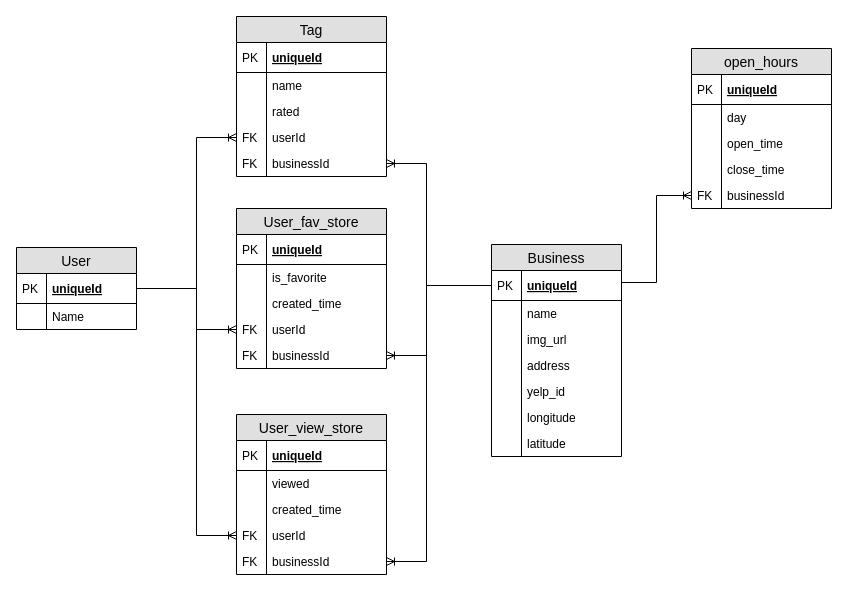
This is project-planning/cafeDesk-ERD.drawio from vnctwong/cafedesk-server, a draw.io file, before an edit. Source tidied: cells renumbered, new cells numbered last; positions are measured from the earlier drawing's top-left corner, leaving out a move shared by most shapes. Both pictures are drawn from the tidied source at 100%, with x=0, y=0 at pixel (16, 16).
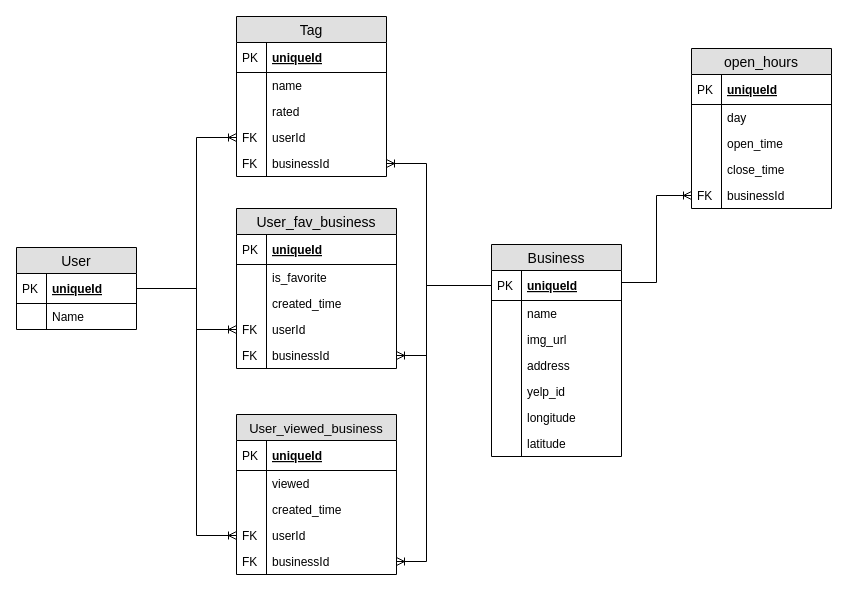
After the change.

Commit message (it also covers changes not shown here):
update ERD files - change store to business

The edit, as a diff of the source:
```diff
@@
-    <mxCell id="34" value="User_view_store" style="swimlane;fontStyle=0;horizontal=1;startSize=26;fillColor=#e0e0e0;swimlaneFillColor=#ffffff;align=center;fontSize=14;" parent="1" vertex="1">
-      <mxGeometry x="220" y="398" width="150" height="160" as="geometry" />
+    <mxCell id="34" value="User_viewed_business" style="swimlane;fontStyle=0;horizontal=1;startSize=26;fillColor=#e0e0e0;swimlaneFillColor=#ffffff;align=center;fontSize=13;" parent="1" vertex="1">
+      <mxGeometry x="220" y="398" width="160" height="160" as="geometry" />
     </mxCell>
     <mxCell id="35" value="uniqueId" style="shape=partialRectangle;top=0;left=0;right=0;bottom=1;align=left;verticalAlign=middle;fillColor=none;spacingLeft=34;spacingRight=4;overflow=hidden;fontStyle=5;fontSize=12;" parent="34" vertex="1">
-      <mxGeometry y="26" width="150" height="30" as="geometry" />
+      <mxGeometry y="26" width="160" height="30" as="geometry" />
     </mxCell>
@@
     <mxCell id="37" value="viewed" style="shape=partialRectangle;top=0;left=0;right=0;bottom=0;align=left;verticalAlign=top;fillColor=none;spacingLeft=34;spacingRight=4;overflow=hidden;fontSize=12;" parent="34" vertex="1">
-      <mxGeometry y="56" width="150" height="26" as="geometry" />
+      <mxGeometry y="56" width="160" height="26" as="geometry" />
     </mxCell>
@@
     <mxCell id="39" value="created_time" style="shape=partialRectangle;top=0;left=0;right=0;bottom=0;align=left;verticalAlign=top;fillColor=none;spacingLeft=34;spacingRight=4;overflow=hidden;fontSize=12;" parent="34" vertex="1">
-      <mxGeometry y="82" width="150" height="26" as="geometry" />
+      <mxGeometry y="82" width="160" height="26" as="geometry" />
     </mxCell>
@@
     <mxCell id="41" value="userId&#10;&#10;" style="shape=partialRectangle;top=0;left=0;right=0;bottom=0;align=left;verticalAlign=top;fillColor=none;spacingLeft=34;spacingRight=4;overflow=hidden;points=[[0,0.5],[1,0.5]];portConstraint=eastwest;fontSize=12;" parent="34" vertex="1">
-      <mxGeometry y="108" width="150" height="26" as="geometry" />
+      <mxGeometry y="108" width="160" height="26" as="geometry" />
     </mxCell>
@@
     <mxCell id="43" value="businessId" style="shape=partialRectangle;top=0;left=0;right=0;bottom=0;align=left;verticalAlign=top;fillColor=none;spacingLeft=34;spacingRight=4;overflow=hidden;points=[[0,0.5],[1,0.5]];portConstraint=eastwest;fontSize=12;" parent="34" vertex="1">
-      <mxGeometry y="134" width="150" height="26" as="geometry" />
+      <mxGeometry y="134" width="160" height="26" as="geometry" />
     </mxCell>
@@
-    <mxCell id="45" value="User_fav_store" style="swimlane;fontStyle=0;horizontal=1;startSize=26;fillColor=#e0e0e0;swimlaneFillColor=#ffffff;align=center;fontSize=14;" parent="1" vertex="1">
-      <mxGeometry x="220" y="192" width="150" height="160" as="geometry" />
+    <mxCell id="45" value="User_fav_business" style="swimlane;fontStyle=0;horizontal=1;startSize=26;fillColor=#e0e0e0;swimlaneFillColor=#ffffff;align=center;fontSize=14;" parent="1" vertex="1">
+      <mxGeometry x="220" y="192" width="160" height="160" as="geometry" />
     </mxCell>
     <mxCell id="46" value="uniqueId" style="shape=partialRectangle;top=0;left=0;right=0;bottom=1;align=left;verticalAlign=middle;fillColor=none;spacingLeft=34;spacingRight=4;overflow=hidden;fontStyle=5;fontSize=12;" parent="45" vertex="1">
-      <mxGeometry y="26" width="150" height="30" as="geometry" />
+      <mxGeometry y="26" width="160" height="30" as="geometry" />
     </mxCell>
@@
     <mxCell id="48" value="is_favorite" style="shape=partialRectangle;top=0;left=0;right=0;bottom=0;align=left;verticalAlign=top;fillColor=none;spacingLeft=34;spacingRight=4;overflow=hidden;fontSize=12;" parent="45" vertex="1">
-      <mxGeometry y="56" width="150" height="26" as="geometry" />
+      <mxGeometry y="56" width="160" height="26" as="geometry" />
     </mxCell>
@@
     <mxCell id="50" value="created_time" style="shape=partialRectangle;top=0;left=0;right=0;bottom=0;align=left;verticalAlign=top;fillColor=none;spacingLeft=34;spacingRight=4;overflow=hidden;fontSize=12;" parent="45" vertex="1">
-      <mxGeometry y="82" width="150" height="26" as="geometry" />
+      <mxGeometry y="82" width="160" height="26" as="geometry" />
     </mxCell>
@@
     <mxCell id="52" value="userId" style="shape=partialRectangle;top=0;left=0;right=0;bottom=0;align=left;verticalAlign=top;fillColor=none;spacingLeft=34;spacingRight=4;overflow=hidden;points=[[0,0.5],[1,0.5]];portConstraint=eastwest;fontSize=12;" parent="45" vertex="1">
-      <mxGeometry y="108" width="150" height="26" as="geometry" />
+      <mxGeometry y="108" width="160" height="26" as="geometry" />
     </mxCell>
@@
     <mxCell id="54" value="businessId" style="shape=partialRectangle;top=0;left=0;right=0;bottom=0;align=left;verticalAlign=top;fillColor=none;spacingLeft=34;spacingRight=4;overflow=hidden;points=[[0,0.5],[1,0.5]];portConstraint=eastwest;fontSize=12;" parent="45" vertex="1">
-      <mxGeometry y="134" width="150" height="26" as="geometry" />
+      <mxGeometry y="134" width="160" height="26" as="geometry" />
     </mxCell>
```
